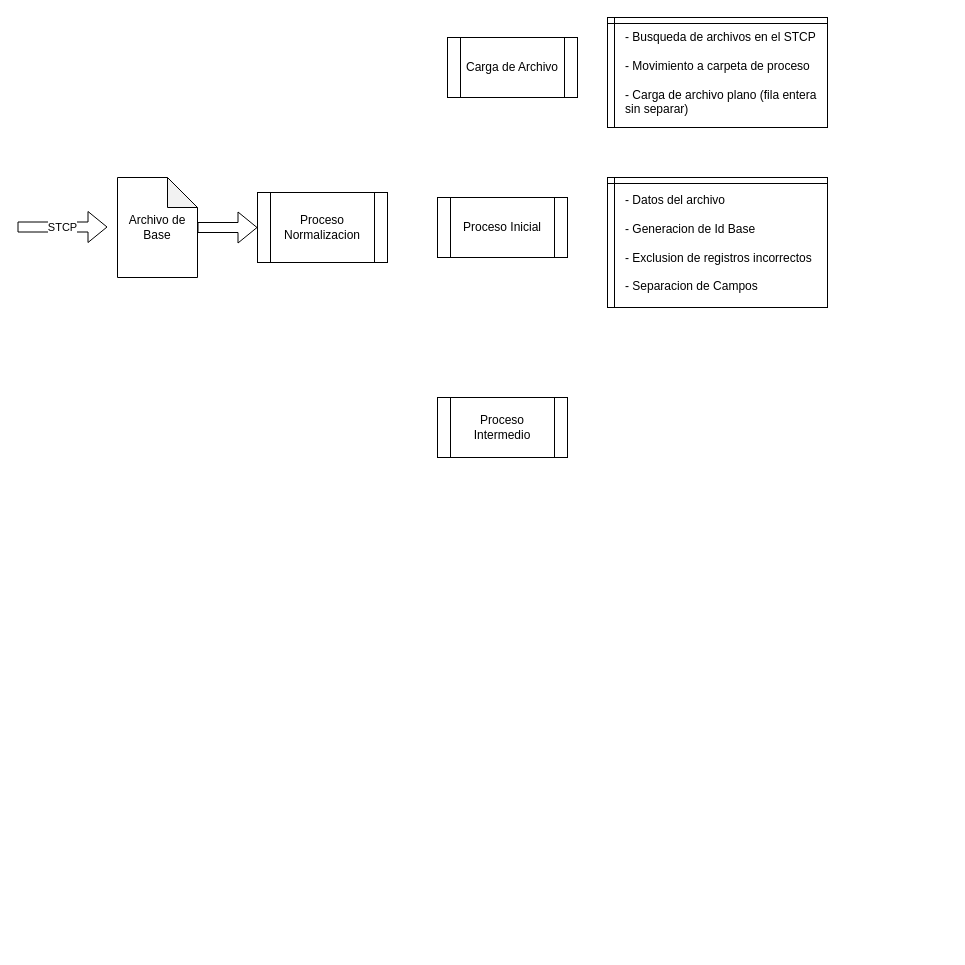
Before: Untitled Diagram.drawio in Pablucas/Cardif, a draw.io diagram. Source tidied: cells renumbered, new cells numbered last; positions are measured from the earlier drawing's top-left corner, leaving out a move shared by most shapes. Both pictures are drawn from the tidied source at 100%, with x=0, y=0 at pixel (17, 17).
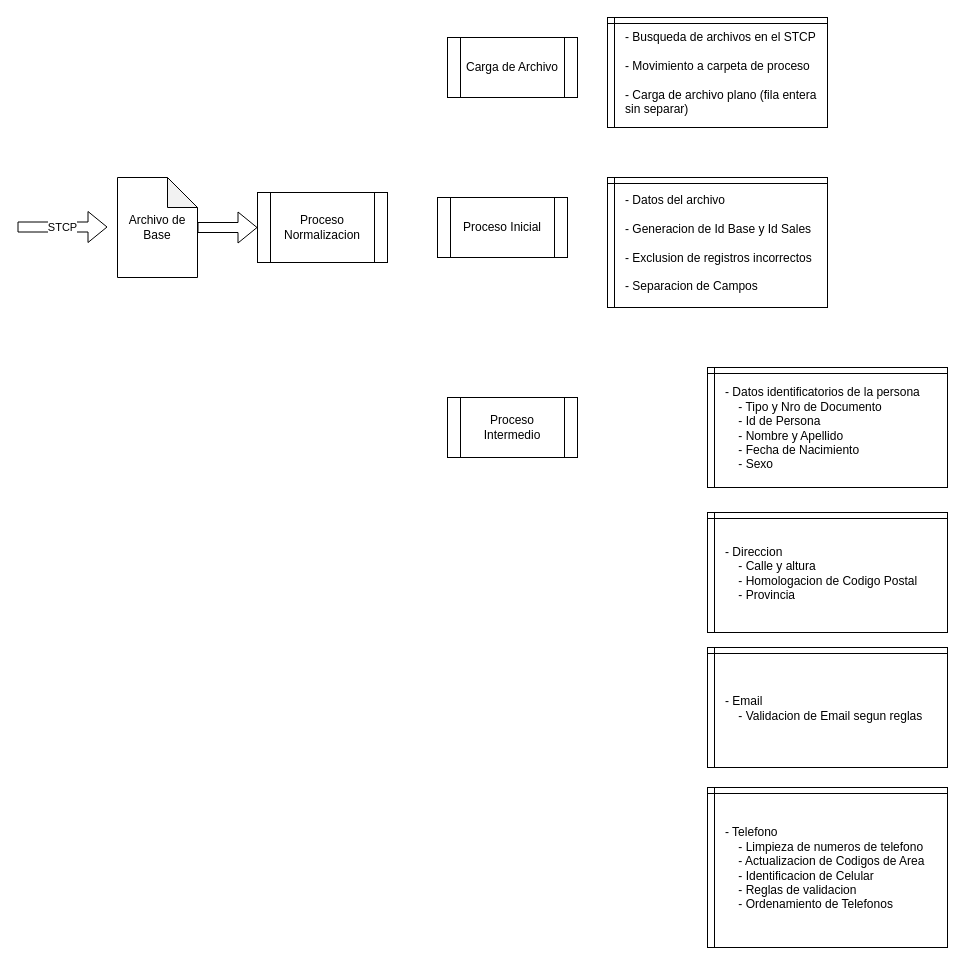
The same page after the edit.

Change to the diagram source:
```diff
@@
 <mxGraphModel>
   <root>
     <mxCell id="0" />
     <mxCell id="1" parent="0" />
     <mxCell id="2" style="edgeStyle=orthogonalEdgeStyle;rounded=0;jettySize=auto;html=1;entryX=0;entryY=0.5;entryDx=0;entryDy=0;shape=flexArrow;" parent="1" edge="1" source="3" target="5">
       <mxGeometry relative="1" as="geometry" />
     </mxCell>
     <mxCell id="3" value="Archivo de Base" style="shape=note;whiteSpace=wrap;html=1;backgroundOutline=1;darkOpacity=0.05;" parent="1" vertex="1">
       <mxGeometry x="100" y="160" width="80" height="100" as="geometry" />
     </mxCell>
     <mxCell id="4" value="STCP" style="shape=flexArrow;endArrow=classic;html=1;" parent="1" edge="1">
       <mxGeometry relative="1" as="geometry">
         <mxPoint y="209.5" as="sourcePoint" />
         <mxPoint x="90" y="209.5" as="targetPoint" />
       </mxGeometry>
     </mxCell>
     <mxCell id="5" value="Proceso Normalizacion" style="shape=process;whiteSpace=wrap;html=1;backgroundOutline=1;" parent="1" vertex="1">
       <mxGeometry x="240" y="175" width="130" height="70" as="geometry" />
     </mxCell>
     <mxCell id="6" value="Carga de Archivo" style="shape=process;whiteSpace=wrap;html=1;backgroundOutline=1;" parent="1" vertex="1">
       <mxGeometry x="430" y="20" width="130" height="60" as="geometry" />
     </mxCell>
     <mxCell id="7" value="- Busqueda de archivos en el STCP&lt;br&gt;&lt;br&gt;- Movimiento a carpeta de proceso&lt;br&gt;&lt;br&gt;- Carga de archivo plano (fila entera sin separar)" style="shape=internalStorage;whiteSpace=wrap;html=1;backgroundOutline=1;dx=7;dy=6;align=left;spacingLeft=16;spacingTop=2;" parent="1" vertex="1">
       <mxGeometry x="590" width="220" height="110" as="geometry" />
     </mxCell>
     <mxCell id="8" value="Proceso Inicial" style="shape=process;whiteSpace=wrap;html=1;backgroundOutline=1;" parent="1" vertex="1">
       <mxGeometry x="420" y="180" width="130" height="60" as="geometry" />
     </mxCell>
-    <mxCell id="9" value="- Datos del archivo&lt;br&gt;&lt;br&gt;- Generacion de Id Base&lt;br&gt;&lt;br&gt;- Exclusion de registros incorrectos&lt;br&gt;&lt;br&gt;- Separacion de Campos" style="shape=internalStorage;whiteSpace=wrap;html=1;backgroundOutline=1;dx=7;dy=6;align=left;spacingLeft=16;spacingTop=2;" parent="1" vertex="1">
+    <mxCell id="9" value="- Datos del archivo&lt;br&gt;&lt;br&gt;- Generacion de Id Base y Id Sales&lt;br&gt;&lt;br&gt;- Exclusion de registros incorrectos&lt;br&gt;&lt;br&gt;- Separacion de Campos" style="shape=internalStorage;whiteSpace=wrap;html=1;backgroundOutline=1;dx=7;dy=6;align=left;spacingLeft=16;spacingTop=2;" parent="1" vertex="1">
       <mxGeometry x="590" y="160" width="220" height="130" as="geometry" />
     </mxCell>
     <mxCell id="10" value="Proceso Intermedio" style="shape=process;whiteSpace=wrap;html=1;backgroundOutline=1;" parent="1" vertex="1">
-      <mxGeometry x="420" y="380" width="130" height="60" as="geometry" />
+      <mxGeometry x="430" y="380" width="130" height="60" as="geometry" />
     </mxCell>
+    <mxCell id="11" value="- Datos identificatorios de la persona&lt;br&gt;&amp;nbsp;&amp;nbsp;&amp;nbsp; - Tipo y Nro de Documento&lt;br&gt;&amp;nbsp;&amp;nbsp;&amp;nbsp; - Id de Persona&lt;br&gt;&amp;nbsp;&amp;nbsp;&amp;nbsp; - Nombre y Apellido&lt;br&gt;&amp;nbsp;&amp;nbsp;&amp;nbsp; - Fecha de Nacimiento&lt;br&gt;&amp;nbsp;&amp;nbsp;&amp;nbsp; - Sexo" style="shape=internalStorage;whiteSpace=wrap;html=1;backgroundOutline=1;dx=7;dy=6;align=left;spacingLeft=16;spacingTop=2;" parent="1" vertex="1">
+      <mxGeometry x="690" y="350" width="240" height="120" as="geometry" />
+    </mxCell>
+    <mxCell id="12" value="- Direccion&lt;br&gt;&amp;nbsp;&amp;nbsp;&amp;nbsp; - Calle y altura&lt;br&gt;&amp;nbsp;&amp;nbsp;&amp;nbsp; - Homologacion de Codigo Postal&lt;br&gt;&amp;nbsp;&amp;nbsp;&amp;nbsp; - Provincia" style="shape=internalStorage;whiteSpace=wrap;html=1;backgroundOutline=1;dx=7;dy=6;align=left;spacingLeft=16;spacingTop=2;" parent="1" vertex="1">
+      <mxGeometry x="690" y="495" width="240" height="120" as="geometry" />
+    </mxCell>
+    <mxCell id="13" value="- Email&lt;br&gt;&amp;nbsp;&amp;nbsp;&amp;nbsp; - Validacion de Email segun reglas" style="shape=internalStorage;whiteSpace=wrap;html=1;backgroundOutline=1;dx=7;dy=6;align=left;spacingLeft=16;spacingTop=2;" parent="1" vertex="1">
+      <mxGeometry x="690" y="630" width="240" height="120" as="geometry" />
+    </mxCell>
+    <mxCell id="14" value="- Telefono&lt;br&gt;&amp;nbsp;&amp;nbsp;&amp;nbsp; - Limpieza de numeros de telefono&lt;br&gt;&amp;nbsp;&amp;nbsp;&amp;nbsp; - Actualizacion de Codigos de Area&lt;br&gt;&amp;nbsp;&amp;nbsp;&amp;nbsp; - Identificacion de Celular&lt;br&gt;&amp;nbsp;&amp;nbsp;&amp;nbsp; - Reglas de validacion&lt;br&gt;&amp;nbsp;&amp;nbsp;&amp;nbsp; - Ordenamiento de Telefonos" style="shape=internalStorage;whiteSpace=wrap;html=1;backgroundOutline=1;dx=7;dy=6;align=left;spacingLeft=16;spacingTop=2;" parent="1" vertex="1">
+      <mxGeometry x="690" y="770" width="240" height="160" as="geometry" />
+    </mxCell>
   </root>
 </mxGraphModel>
```
